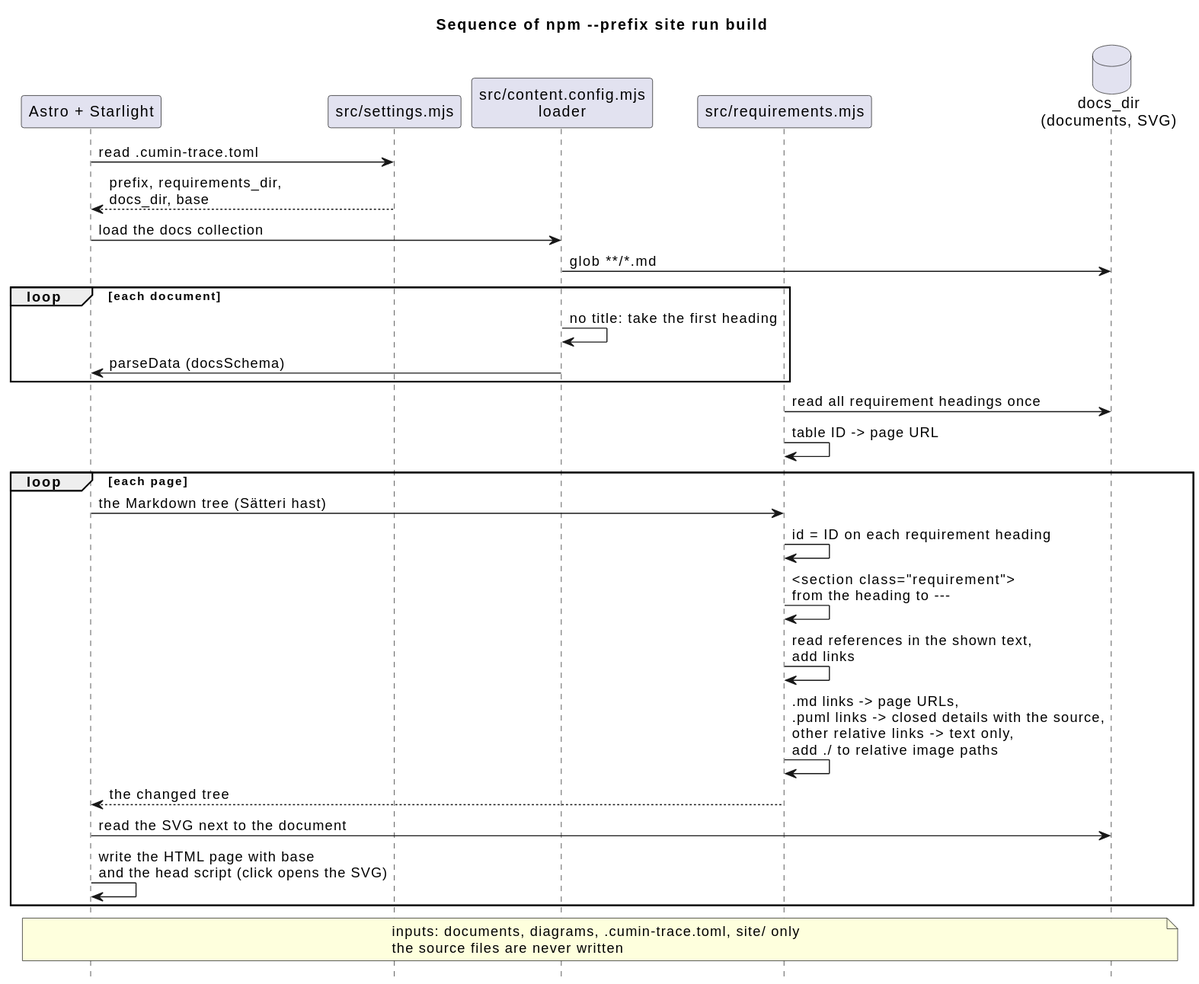
Before: docs/ja/designs/site/site-sequence.svg, a diagram exported from PlantUML (cloveclovedev/cumin-trace).
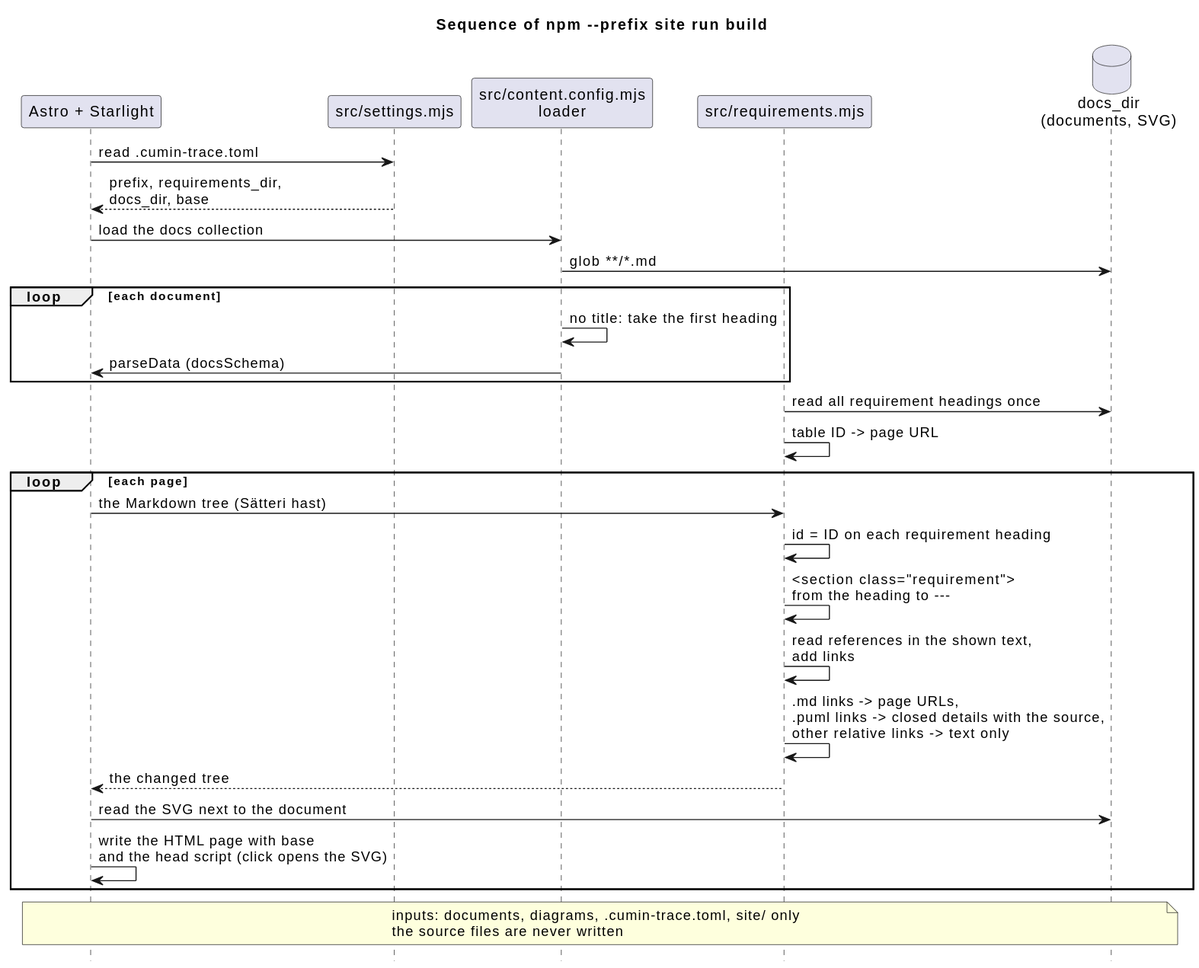
Above is the later version.

Commit message:
feat(site): show the SVG diagrams in the pages, and open a diagram on a click (#116)

The edit, as a diff of the source:
```diff
@@ -24,7 +24,7 @@
   remark -> remark : id = ID on each requirement heading
   remark -> remark : <section class="requirement">\nfrom the heading to ---
   remark -> remark : read references in the shown text,\nadd links
-  remark -> remark : .md links -> page URLs,\n.puml links -> closed details with the source,\nother relative links -> text only,\nadd ./ to relative image paths
+  remark -> remark : .md links -> page URLs,\n.puml links -> closed details with the source,\nother relative links -> text only
   remark --> astro : the changed tree
   astro -> docs : read the SVG next to the document
   astro -> astro : write the HTML page with base\nand the head script (click opens the SVG)
```
